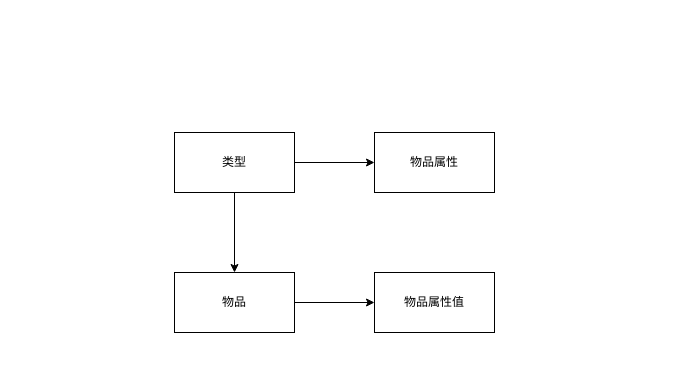
Above: 存储模型ER图.drawio in sjxbg/xmindfile (draw.io), before the change. Source tidied: cells renumbered, new cells numbered last; positions are measured from the earlier drawing's top-left corner, leaving out a move shared by most shapes. Both pictures are drawn from the tidied source at 100%, with x=0, y=0 at pixel (174, 132).
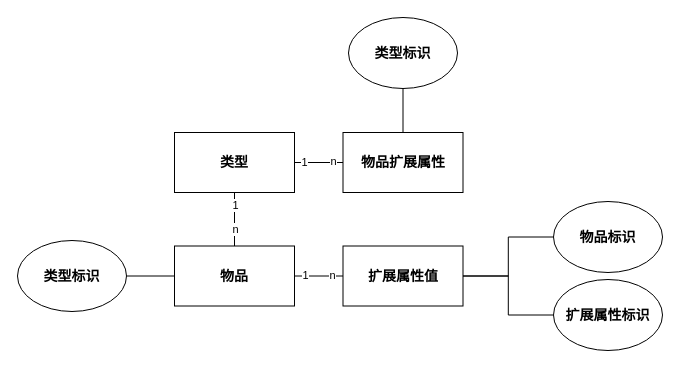
The same diagram, later.

Commit message:
更新存储模型ER图.drawio

Diff of the diagram source:
```diff
@@
-    <mxCell id="2" style="edgeStyle=orthogonalEdgeStyle;rounded=0;jettySize=auto;html=1;" parent="1" edge="1" source="4" target="5">
+    <mxCell id="2" style="edgeStyle=orthogonalEdgeStyle;rounded=0;jettySize=auto;html=1;endArrow=none;endFill=0;fontStyle=1;fontSize=14;" parent="1" edge="1" source="4" target="5">
       <mxGeometry relative="1" as="geometry" />
     </mxCell>
-    <mxCell id="3" style="edgeStyle=orthogonalEdgeStyle;rounded=0;jettySize=auto;html=1;" parent="1" edge="1" source="4" target="7">
-      <mxGeometry relative="1" as="geometry" />
-    </mxCell>
+    <mxCell id="9" value="1" style="edgeLabel;html=1;align=center;verticalAlign=middle;" parent="2" vertex="1">
+      <mxGeometry x="-0.68" relative="1" as="geometry">
+        <mxPoint x="1" y="-1" as="offset" />
+      </mxGeometry>
+    </mxCell>
+    <mxCell id="10" value="n" style="edgeLabel;html=1;align=center;verticalAlign=middle;" parent="2" vertex="1">
+      <mxGeometry x="0.7" y="-2" relative="1" as="geometry">
+        <mxPoint x="-3" y="-4" as="offset" />
+      </mxGeometry>
+    </mxCell>
-    <mxCell id="4" value="类型" style="rounded=0;whiteSpace=wrap;html=1;" parent="1" vertex="1">
+    <mxCell id="4" value="类型" style="rounded=0;whiteSpace=wrap;html=1;fontStyle=1;fontSize=14;" parent="1" vertex="1">
       <mxGeometry width="120" height="60" as="geometry" />
     </mxCell>
+    <mxCell id="11" style="edgeStyle=orthogonalEdgeStyle;rounded=0;jettySize=auto;html=1;endArrow=none;endFill=0;fontStyle=1;fontSize=14;" parent="1" edge="1" source="5" target="17">
+      <mxGeometry relative="1" as="geometry" />
+    </mxCell>
-    <mxCell id="5" value="物品属性" style="rounded=0;whiteSpace=wrap;html=1;" parent="1" vertex="1">
-      <mxGeometry x="200" width="120" height="60" as="geometry" />
+    <mxCell id="5" value="物品扩展属性" style="rounded=0;whiteSpace=wrap;html=1;fontStyle=1;fontSize=14;" parent="1" vertex="1">
+      <mxGeometry x="168.5" width="120" height="60" as="geometry" />
     </mxCell>
-    <mxCell id="6" style="edgeStyle=orthogonalEdgeStyle;rounded=0;jettySize=auto;html=1;" parent="1" edge="1" source="7" target="8">
+    <mxCell id="6" style="edgeStyle=orthogonalEdgeStyle;rounded=0;jettySize=auto;html=1;endArrow=none;endFill=0;fontStyle=1;fontSize=14;" parent="1" edge="1" source="7" target="8">
       <mxGeometry relative="1" as="geometry" />
     </mxCell>
+    <mxCell id="12" value="n" style="edgeLabel;html=1;align=center;verticalAlign=middle;" parent="6" vertex="1">
+      <mxGeometry x="0.7" relative="1" as="geometry">
+        <mxPoint x="-4" y="-1" as="offset" />
+      </mxGeometry>
+    </mxCell>
+    <mxCell id="13" value="1" style="edgeLabel;html=1;align=center;verticalAlign=middle;" parent="6" vertex="1">
+      <mxGeometry x="-0.58" y="-2" relative="1" as="geometry">
+        <mxPoint y="-3" as="offset" />
+      </mxGeometry>
+    </mxCell>
+    <mxCell id="14" style="edgeStyle=orthogonalEdgeStyle;rounded=0;jettySize=auto;html=1;entryX=1;entryY=0.5;entryDx=0;entryDy=0;endArrow=none;endFill=0;fontStyle=1;fontSize=14;" parent="1" edge="1" source="7" target="19">
+      <mxGeometry relative="1" as="geometry" />
+    </mxCell>
-    <mxCell id="7" value="物品" style="rounded=0;whiteSpace=wrap;html=1;" parent="1" vertex="1">
-      <mxGeometry y="140" width="120" height="60" as="geometry" />
+    <mxCell id="7" value="物品" style="rounded=0;whiteSpace=wrap;html=1;fontStyle=1;fontSize=14;" parent="1" vertex="1">
+      <mxGeometry y="113.5" width="120" height="60" as="geometry" />
     </mxCell>
+    <mxCell id="15" style="edgeStyle=orthogonalEdgeStyle;rounded=0;jettySize=auto;html=1;endArrow=none;endFill=0;fontStyle=1;fontSize=14;" parent="1" edge="1" source="8" target="18">
+      <mxGeometry relative="1" as="geometry" />
+    </mxCell>
+    <mxCell id="16" style="edgeStyle=orthogonalEdgeStyle;rounded=0;jettySize=auto;html=1;endArrow=none;endFill=0;" parent="1" edge="1" source="8" target="22">
+      <mxGeometry relative="1" as="geometry" />
+    </mxCell>
-    <mxCell id="8" value="物品属性值" style="rounded=0;whiteSpace=wrap;html=1;" parent="1" vertex="1">
-      <mxGeometry x="200" y="140" width="120" height="60" as="geometry" />
+    <mxCell id="8" value="扩展属性值" style="rounded=0;whiteSpace=wrap;html=1;fontStyle=1;fontSize=14;" parent="1" vertex="1">
+      <mxGeometry x="168.5" y="113.5" width="120" height="60" as="geometry" />
     </mxCell>
+    <mxCell id="17" value="类型标识" style="ellipse;whiteSpace=wrap;html=1;fontStyle=1;fontSize=14;" parent="1" vertex="1">
+      <mxGeometry x="174" y="-115" width="109" height="71" as="geometry" />
+    </mxCell>
+    <mxCell id="18" value="物品标识" style="ellipse;whiteSpace=wrap;html=1;fontStyle=1;fontSize=14;" parent="1" vertex="1">
+      <mxGeometry x="379" y="69" width="109" height="71" as="geometry" />
+    </mxCell>
+    <mxCell id="19" value="类型标识" style="ellipse;whiteSpace=wrap;html=1;fontStyle=1;fontSize=14;" parent="1" vertex="1">
+      <mxGeometry x="-157" y="108" width="109" height="71" as="geometry" />
+    </mxCell>
+    <mxCell id="3" style="edgeStyle=orthogonalEdgeStyle;rounded=0;jettySize=auto;html=1;endArrow=none;endFill=0;exitX=0.5;exitY=1;exitDx=0;exitDy=0;" parent="1" edge="1" source="4" target="7">
+      <mxGeometry relative="1" as="geometry" />
+    </mxCell>
+    <mxCell id="20" value="n" style="edgeLabel;html=1;align=center;verticalAlign=middle;" parent="3" vertex="1">
+      <mxGeometry x="-0.04" y="-1" relative="1" as="geometry">
+        <mxPoint x="1" y="10" as="offset" />
+      </mxGeometry>
+    </mxCell>
+    <mxCell id="21" value="1" style="edgeLabel;html=1;align=center;verticalAlign=middle;" parent="3" vertex="1">
+      <mxGeometry x="-0.8" y="1" relative="1" as="geometry">
+        <mxPoint x="-1" y="7" as="offset" />
+      </mxGeometry>
+    </mxCell>
+    <mxCell id="22" value="扩展属性标识" style="ellipse;whiteSpace=wrap;html=1;fontStyle=1;fontSize=14;" parent="1" vertex="1">
+      <mxGeometry x="379" y="147" width="109" height="71" as="geometry" />
+    </mxCell>
```
